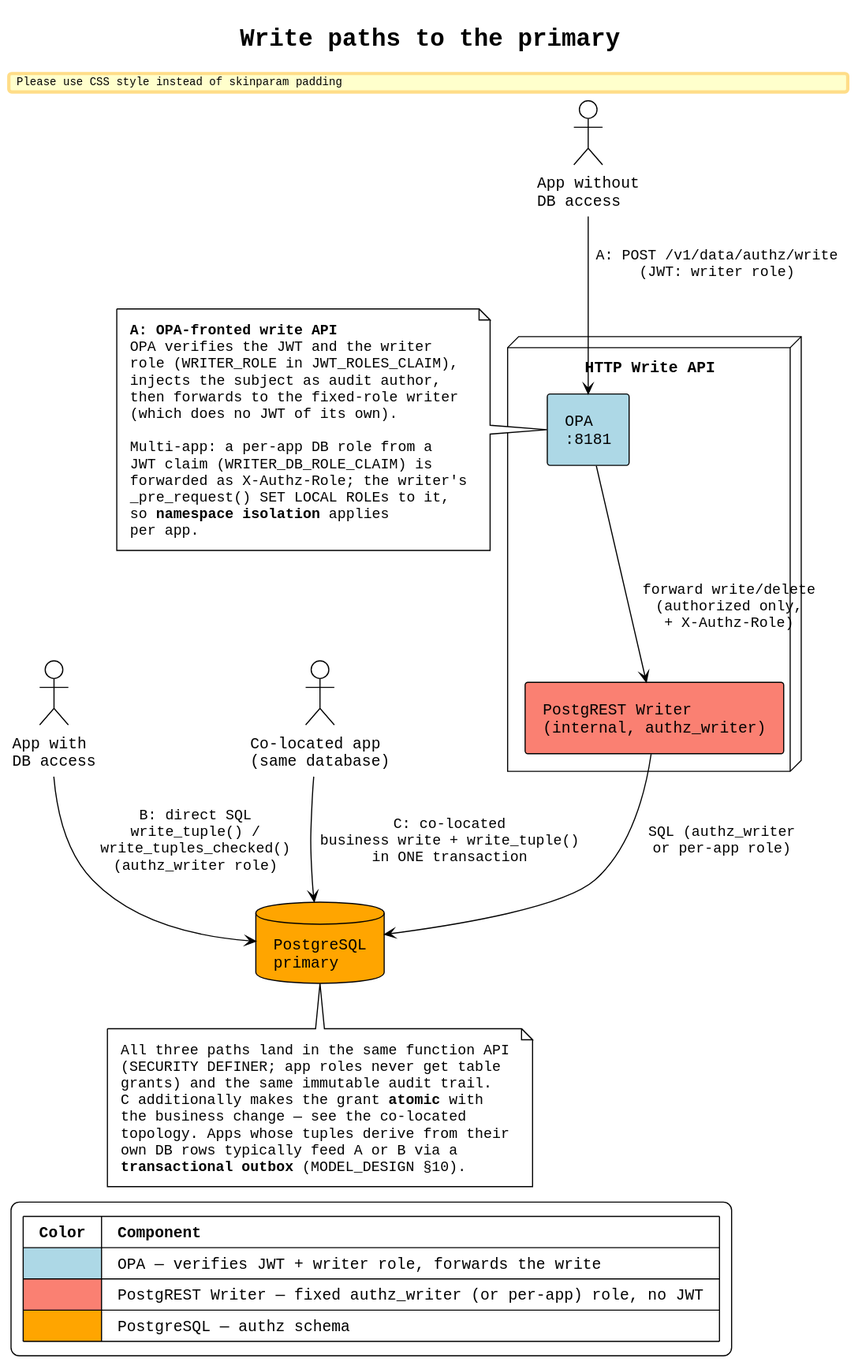
Earlier version of the PlantUML export docs/architecture-write-api.svg (thomasdarimont/pgauthz). Source of this version:
```plantuml
@startuml
!theme plain
skinparam backgroundColor white
skinparam componentStyle rectangle
skinparam defaultFontName monospaced
skinparam nodesep 50
skinparam ranksep 40
skinparam padding 6

title Write paths to the primary

actor "App without\nDB access" as appA
actor "App with\nDB access" as appB
actor "Co-located app\n(same database)" as appC

note as N1
  **A: OPA-fronted write API**
  OPA verifies the JWT and the writer
  role (WRITER_ROLE in JWT_ROLES_CLAIM),
  injects the subject as audit author,
  then forwards to the fixed-role writer
  (which does no JWT of its own).

  Multi-app: a per-app DB role from a
  JWT claim (WRITER_DB_ROLE_CLAIM) is
  forwarded as X-Authz-Role; the writer's
  _pre_request() SET LOCAL ROLEs to it,
  so **namespace isolation** applies
  per app.
end note

node "HTTP Write API" as optA {
    component "OPA\n:8181" as opa #LightBlue
    component "PostgREST Writer\n(internal, authz_writer)" as pgrst #Salmon
}

database "PostgreSQL\nprimary" as pg #Orange

N1 -right-> opa

appA -down-> opa : "A: POST /v1/data/authz/write\n(JWT: writer role)"
opa -down-> pgrst : "forward write/delete\n(authorized only,\n+ X-Authz-Role)"
pgrst -down-> pg : "SQL (authz_writer\nor per-app role)"

appB -down-> pg : "B: direct SQL\nwrite_tuple() /\nwrite_tuples_checked()\n(authz_writer role)"

appC -down-> pg : "C: co-located\nbusiness write + write_tuple()\nin ONE transaction"

note bottom of pg
  All three paths land in the same function API
  (SECURITY DEFINER; app roles never get table
  grants) and the same immutable audit trail.
  C additionally makes the grant **atomic** with
  the business change — see the co-located
  topology. Apps whose tuples derive from their
  own DB rows typically feed A or B via a
  **transactional outbox** (MODEL_DESIGN §10).
end note

legend bottom left
  |= Color |= Component |
  | <#LightBlue> | OPA — verifies JWT + writer role, forwards the write |
  | <#Salmon> | PostgREST Writer — fixed authz_writer (or per-app) role, no JWT |
  | <#Orange> | PostgreSQL — authz schema |
end legend
@enduml
```
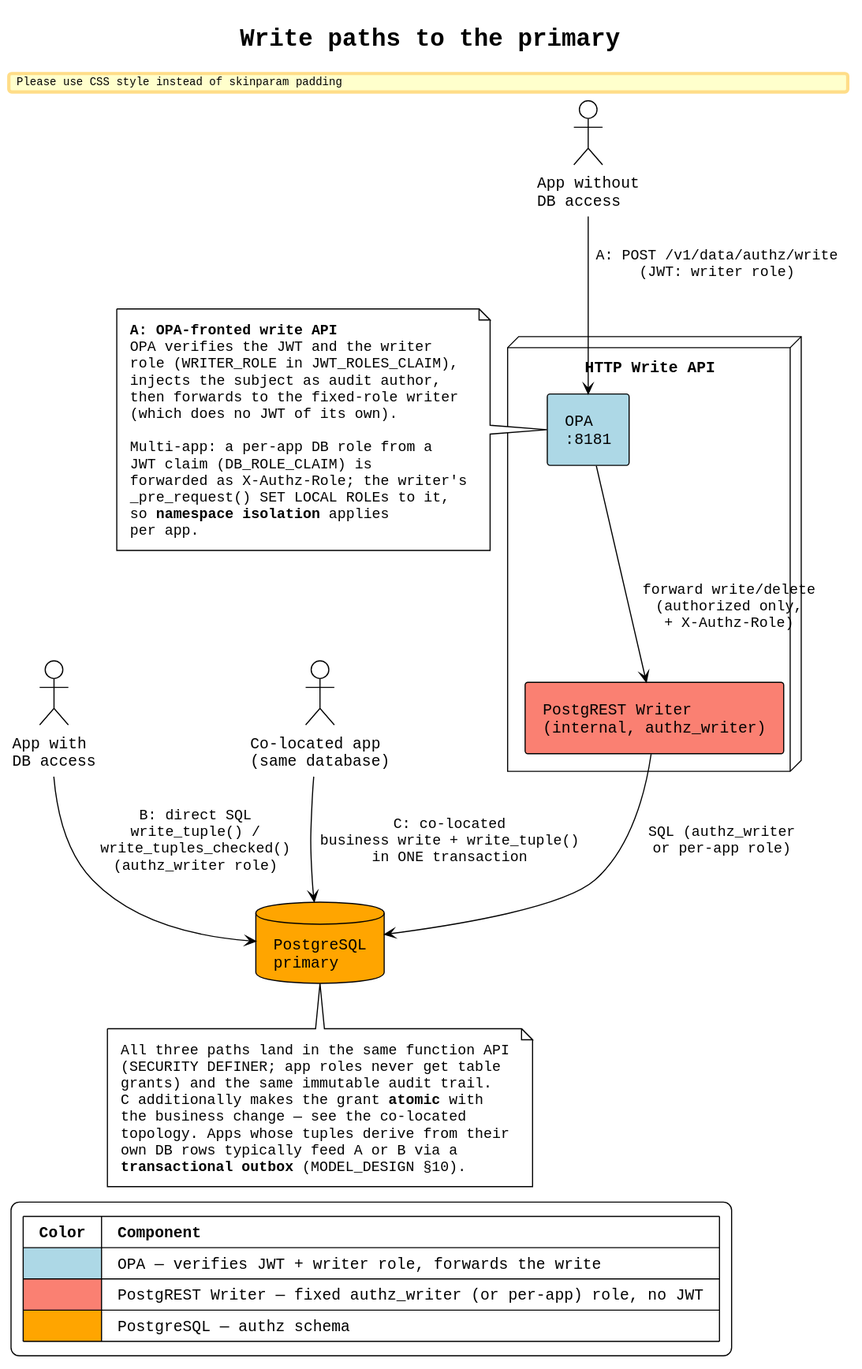
The same diagram one commit later.

The edit, as a diff of the source:
```diff
@@ -22,7 +22,7 @@
   (which does no JWT of its own).
 
   Multi-app: a per-app DB role from a
-  JWT claim (WRITER_DB_ROLE_CLAIM) is
+  JWT claim (DB_ROLE_CLAIM) is
   forwarded as X-Authz-Role; the writer's
   _pre_request() SET LOCAL ROLEs to it,
   so **namespace isolation** applies
```
